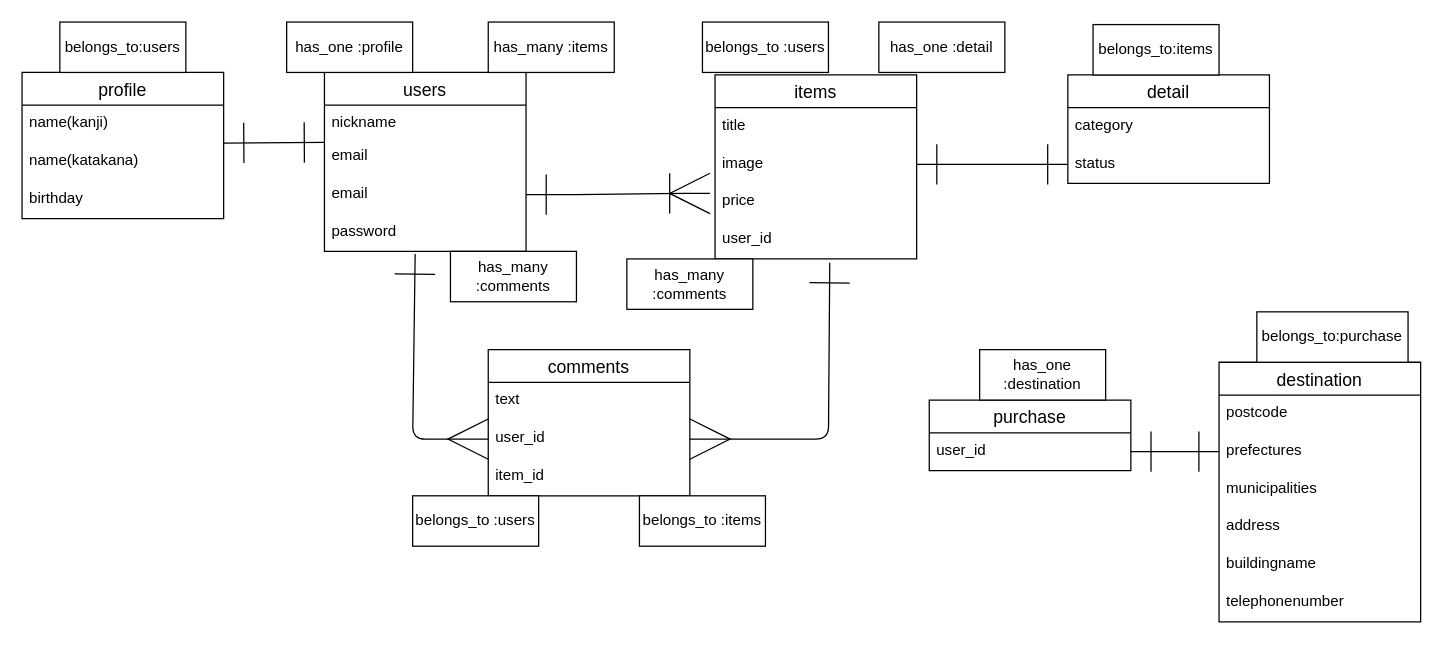
Earlier version of the draw.io diagram test.dio (codegiter1018/furima-38614). Source tidied: cells renumbered, new cells numbered last; positions are measured from the earlier drawing's top-left corner, leaving out a move shared by most shapes. Both pictures are drawn from the tidied source at 126%, with x=0, y=0 at pixel (21, 21).
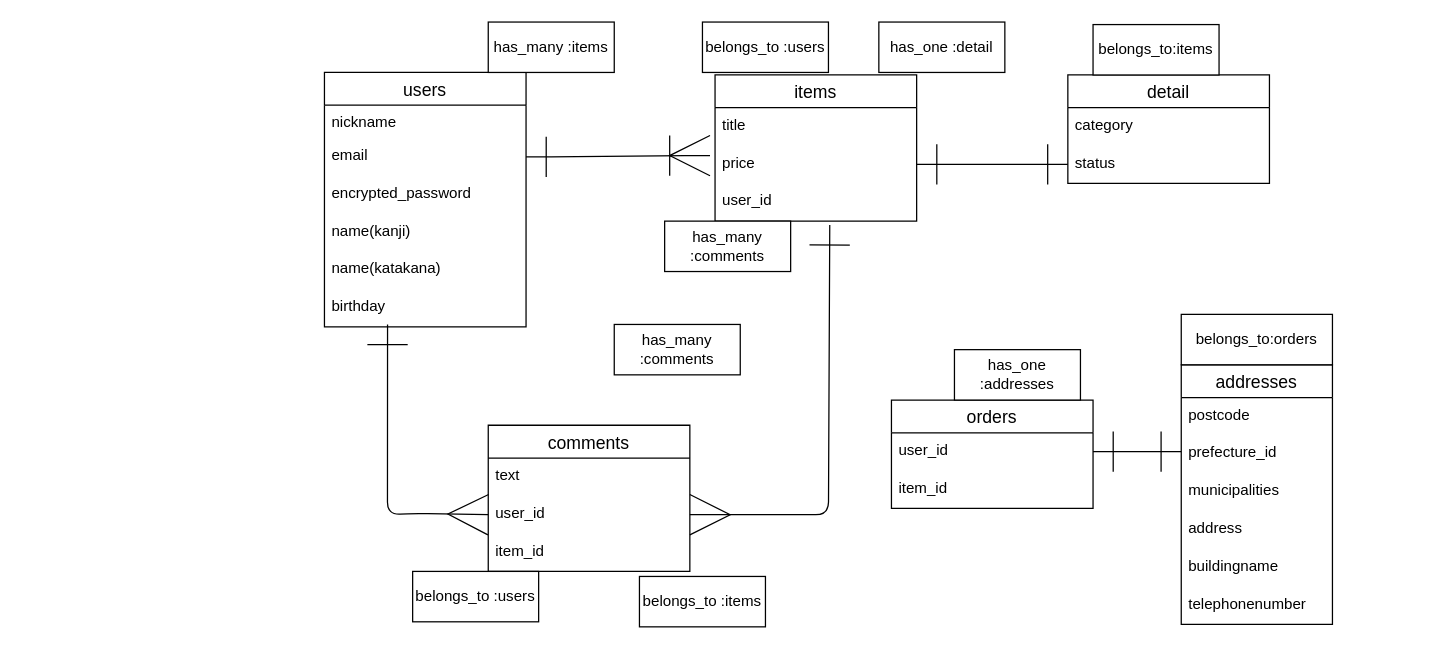
After the change.

Commit message (it also covers changes not shown here):
データベース設計修正1

The change refers to these unchanged cells:
```xml
<mxCell id="4" value="email" style="text;strokeColor=none;fillColor=none;spacingLeft=4;spacingRight=4;overflow=hidden;points=[[0,0.5],[1,0.5]];portConstraint=eastwest;fontSize=12;" parent="2" vertex="1">
  <mxGeometry y="52" width="160" height="30" as="geometry" />
</mxCell>
<mxCell id="14" value="user_id" style="text;strokeColor=none;fillColor=none;spacingLeft=4;spacingRight=4;overflow=hidden;points=[[0,0.5],[1,0.5]];portConstraint=eastwest;fontSize=12;" parent="12" vertex="1">
  <mxGeometry y="56" width="160" height="30" as="geometry" />
</mxCell>
<mxCell id="33" value="status" style="text;strokeColor=none;fillColor=none;spacingLeft=4;spacingRight=4;overflow=hidden;points=[[0,0.5],[1,0.5]];portConstraint=eastwest;fontSize=12;" parent="31" vertex="1">
  <mxGeometry y="56" width="160" height="30" as="geometry" />
</mxCell>
<mxCell id="38" value="user_id" style="text;strokeColor=none;fillColor=none;spacingLeft=4;spacingRight=4;overflow=hidden;points=[[0,0.5],[1,0.5]];portConstraint=eastwest;fontSize=12;" parent="37" vertex="1">
  <mxGeometry y="26" width="160" height="30" as="geometry" />
</mxCell>
```

The edit, as a diff of the source:
```diff
@@
     <mxCell id="2" value="users" style="swimlane;fontStyle=0;horizontal=1;startSize=26;align=center;fontSize=14;" parent="1" vertex="1">
-      <mxGeometry x="240" y="40" width="160" height="142" as="geometry" />
+      <mxGeometry x="240" y="40" width="160" height="202" as="geometry" />
     </mxCell>
@@
-    <mxCell id="5" value="email" style="text;strokeColor=none;fillColor=none;spacingLeft=4;spacingRight=4;overflow=hidden;points=[[0,0.5],[1,0.5]];portConstraint=eastwest;fontSize=12;" parent="2" vertex="1">
-      <mxGeometry y="82" width="160" height="30" as="geometry" />
-    </mxCell>
-    <mxCell id="6" value="password" style="text;strokeColor=none;fillColor=none;spacingLeft=4;spacingRight=4;overflow=hidden;points=[[0,0.5],[1,0.5]];portConstraint=eastwest;fontSize=12;" parent="2" vertex="1">
-      <mxGeometry y="112" width="160" height="30" as="geometry" />
+    <mxCell id="6" value="encrypted_password" style="text;strokeColor=none;fillColor=none;spacingLeft=4;spacingRight=4;overflow=hidden;points=[[0,0.5],[1,0.5]];portConstraint=eastwest;fontSize=12;" parent="2" vertex="1">
+      <mxGeometry y="82" width="160" height="30" as="geometry" />
     </mxCell>
+    <mxCell id="20" value="name(kanji)" style="text;strokeColor=none;fillColor=none;spacingLeft=4;spacingRight=4;overflow=hidden;fontSize=12;" parent="2" vertex="1">
+      <mxGeometry y="112" width="160" height="30" as="geometry" />
+    </mxCell>
+    <mxCell id="21" value="name(katakana)" style="text;strokeColor=none;fillColor=none;spacingLeft=4;spacingRight=4;overflow=hidden;fontSize=12;" parent="2" vertex="1">
+      <mxGeometry y="142" width="160" height="30" as="geometry" />
+    </mxCell>
+    <mxCell id="22" value="birthday" style="text;strokeColor=none;fillColor=none;spacingLeft=4;spacingRight=4;overflow=hidden;points=[[0,0.5],[1,0.5]];portConstraint=eastwest;fontSize=12;" parent="2" vertex="1">
+      <mxGeometry y="172" width="160" height="30" as="geometry" />
+    </mxCell>
     <mxCell id="7" value="items" style="swimlane;fontStyle=0;horizontal=1;startSize=26;align=center;fontSize=14;" parent="1" vertex="1">
-      <mxGeometry x="550" y="42" width="160" height="146" as="geometry" />
+      <mxGeometry x="550" y="42" width="160" height="116" as="geometry" />
     </mxCell>
@@
-    <mxCell id="9" value="image" style="text;strokeColor=none;fillColor=none;spacingLeft=4;spacingRight=4;overflow=hidden;points=[[0,0.5],[1,0.5]];portConstraint=eastwest;fontSize=12;" parent="7" vertex="1">
-      <mxGeometry y="56" width="160" height="30" as="geometry" />
-    </mxCell>
     <mxCell id="10" value="price" style="text;strokeColor=none;fillColor=none;spacingLeft=4;spacingRight=4;overflow=hidden;points=[[0,0.5],[1,0.5]];portConstraint=eastwest;fontSize=12;" parent="7" vertex="1">
-      <mxGeometry y="86" width="160" height="30" as="geometry" />
+      <mxGeometry y="56" width="160" height="30" as="geometry" />
     </mxCell>
     <mxCell id="11" value="user_id" style="text;strokeColor=none;fillColor=none;spacingLeft=4;spacingRight=4;overflow=hidden;points=[[0,0.5],[1,0.5]];portConstraint=eastwest;fontSize=12;" parent="7" vertex="1">
-      <mxGeometry y="116" width="160" height="30" as="geometry" />
+      <mxGeometry y="86" width="160" height="30" as="geometry" />
     </mxCell>
     <mxCell id="12" value="comments" style="swimlane;fontStyle=0;horizontal=1;startSize=26;align=center;fontSize=14;" parent="1" vertex="1">
-      <mxGeometry x="370" y="260" width="160" height="116" as="geometry" />
+      <mxGeometry x="370" y="320" width="160" height="116" as="geometry" />
     </mxCell>
@@
-    <mxCell id="16" style="edgeStyle=entityRelationEdgeStyle;fontSize=12;html=1;endArrow=ERoneToMany;exitX=1;exitY=0.5;exitDx=0;exitDy=0;entryX=-0.025;entryY=0.267;entryDx=0;entryDy=0;entryPerimeter=0;endSize=30;startArrow=ERone;startFill=0;startSize=30;" parent="1" edge="1" source="5" target="10">
+    <mxCell id="16" style="edgeStyle=entityRelationEdgeStyle;fontSize=12;html=1;endArrow=ERoneToMany;exitX=1;exitY=0.5;exitDx=0;exitDy=0;entryX=-0.025;entryY=0.267;entryDx=0;entryDy=0;entryPerimeter=0;endSize=30;startArrow=ERone;startFill=0;startSize=30;" parent="1" edge="1" source="4" target="10">
       <mxGeometry relative="1" as="geometry" />
     </mxCell>
     <mxCell id="17" style="edgeStyle=none;html=1;exitX=0.569;exitY=1.1;exitDx=0;exitDy=0;entryX=1;entryY=0.5;entryDx=0;entryDy=0;endArrow=ERmany;endFill=0;exitPerimeter=0;endSize=30;startArrow=ERone;startFill=0;startSize=30;" parent="1" edge="1" source="11" target="14">
       <mxGeometry relative="1" as="geometry">
         <Array as="points">
-          <mxPoint x="640" y="331" />
+          <mxPoint x="640" y="391" />
         </Array>
       </mxGeometry>
     </mxCell>
-    <mxCell id="18" style="edgeStyle=none;html=1;exitX=0.45;exitY=1.067;exitDx=0;exitDy=0;entryX=0;entryY=0.5;entryDx=0;entryDy=0;startArrow=ERone;startFill=0;endArrow=ERmany;endFill=0;startSize=30;endSize=30;exitPerimeter=0;" parent="1" edge="1" source="6" target="14">
+    <mxCell id="18" style="edgeStyle=none;html=1;entryX=0;entryY=0.5;entryDx=0;entryDy=0;startArrow=ERone;startFill=0;endArrow=ERmany;endFill=0;startSize=30;endSize=30;exitX=0.313;exitY=0.933;exitDx=0;exitDy=0;exitPerimeter=0;" parent="1" edge="1" source="22" target="14">
       <mxGeometry relative="1" as="geometry">
         <Array as="points">
-          <mxPoint x="310" y="331" />
+          <mxPoint x="290" y="391" />
+          <mxPoint x="312" y="390" />
         </Array>
       </mxGeometry>
     </mxCell>
-    <mxCell id="19" value="profile" style="swimlane;fontStyle=0;horizontal=1;startSize=26;align=center;fontSize=14;" parent="1" vertex="1">
-      <mxGeometry y="40" width="160" height="116" as="geometry" />
-    </mxCell>
-    <mxCell id="20" value="name(kanji)" style="text;strokeColor=none;fillColor=none;spacingLeft=4;spacingRight=4;overflow=hidden;fontSize=12;" parent="19" vertex="1">
-      <mxGeometry y="26" width="160" height="30" as="geometry" />
-    </mxCell>
-    <mxCell id="21" value="name(katakana)" style="text;strokeColor=none;fillColor=none;spacingLeft=4;spacingRight=4;overflow=hidden;fontSize=12;" parent="19" vertex="1">
-      <mxGeometry y="56" width="160" height="30" as="geometry" />
-    </mxCell>
-    <mxCell id="22" value="birthday" style="text;strokeColor=none;fillColor=none;spacingLeft=4;spacingRight=4;overflow=hidden;points=[[0,0.5],[1,0.5]];portConstraint=eastwest;fontSize=12;" parent="19" vertex="1">
-      <mxGeometry y="86" width="160" height="30" as="geometry" />
-    </mxCell>
-    <mxCell id="23" style="edgeStyle=none;html=1;startArrow=ERone;startFill=0;endArrow=ERone;endFill=0;startSize=30;endSize=30;" parent="1" edge="1">
-      <mxGeometry relative="1" as="geometry">
-        <mxPoint x="240" y="95.5" as="sourcePoint" />
-        <mxPoint x="160" y="96" as="targetPoint" />
-      </mxGeometry>
-    </mxCell>
-    <mxCell id="24" value="has_one :profile" style="whiteSpace=wrap;html=1;align=center;" parent="1" vertex="1">
-      <mxGeometry x="210" width="100" height="40" as="geometry" />
-    </mxCell>
-    <mxCell id="25" value="belongs_to:users" style="whiteSpace=wrap;html=1;align=center;" parent="1" vertex="1">
-      <mxGeometry x="30" width="100" height="40" as="geometry" />
-    </mxCell>
@@
     <mxCell id="28" value="belongs_to :users" style="whiteSpace=wrap;html=1;align=center;" parent="1" vertex="1">
-      <mxGeometry x="310" y="376" width="100" height="40" as="geometry" />
+      <mxGeometry x="310" y="436" width="100" height="40" as="geometry" />
     </mxCell>
     <mxCell id="29" value="has_many :comments" style="whiteSpace=wrap;html=1;align=center;" parent="1" vertex="1">
-      <mxGeometry x="480" y="188" width="100" height="40" as="geometry" />
+      <mxGeometry x="510" y="158" width="100" height="40" as="geometry" />
     </mxCell>
     <mxCell id="30" value="belongs_to :items" style="whiteSpace=wrap;html=1;align=center;" parent="1" vertex="1">
-      <mxGeometry x="490" y="376" width="100" height="40" as="geometry" />
+      <mxGeometry x="490" y="440" width="100" height="40" as="geometry" />
     </mxCell>
@@
-    <mxCell id="34" style="edgeStyle=none;html=1;exitX=1;exitY=0.5;exitDx=0;exitDy=0;entryX=0;entryY=0.5;entryDx=0;entryDy=0;startArrow=ERone;startFill=0;endArrow=ERone;endFill=0;startSize=30;endSize=30;" parent="1" edge="1" source="9" target="33">
-      <mxGeometry relative="1" as="geometry" />
+    <mxCell id="34" style="edgeStyle=none;html=1;exitX=1;exitY=0.5;exitDx=0;exitDy=0;entryX=0;entryY=0.5;entryDx=0;entryDy=0;startArrow=ERone;startFill=0;endArrow=ERone;endFill=0;startSize=30;endSize=30;" parent="1" edge="1" target="33">
+      <mxGeometry relative="1" as="geometry">
+        <mxPoint x="710" y="113" as="sourcePoint" />
+      </mxGeometry>
     </mxCell>
@@
-    <mxCell id="37" value="purchase" style="swimlane;fontStyle=0;horizontal=1;startSize=26;align=center;fontSize=14;" parent="1" vertex="1">
-      <mxGeometry x="720" y="300" width="160" height="56" as="geometry" />
+    <mxCell id="37" value="orders" style="swimlane;fontStyle=0;horizontal=1;startSize=26;align=center;fontSize=14;" parent="1" vertex="1">
+      <mxGeometry x="690" y="300" width="160" height="86" as="geometry" />
     </mxCell>
@@
+    <mxCell id="50" value="item_id" style="text;strokeColor=none;fillColor=none;spacingLeft=4;spacingRight=4;overflow=hidden;fontSize=12;" parent="37" vertex="1">
+      <mxGeometry y="56" width="160" height="30" as="geometry" />
+    </mxCell>
-    <mxCell id="39" value="destination" style="swimlane;fontStyle=0;horizontal=1;startSize=26;align=center;fontSize=14;" parent="1" vertex="1">
-      <mxGeometry x="950" y="270" width="160" height="206" as="geometry" />
+    <mxCell id="39" value="addresses" style="swimlane;fontStyle=0;horizontal=1;startSize=26;align=center;fontSize=14;" parent="1" vertex="1">
+      <mxGeometry x="920" y="272" width="120" height="206" as="geometry" />
     </mxCell>
     <mxCell id="40" value="postcode" style="text;strokeColor=none;fillColor=none;spacingLeft=4;spacingRight=4;overflow=hidden;fontSize=12;" parent="39" vertex="1">
-      <mxGeometry y="26" width="160" height="30" as="geometry" />
+      <mxGeometry y="26" width="120" height="30" as="geometry" />
     </mxCell>
-    <mxCell id="41" value="prefectures" style="text;strokeColor=none;fillColor=none;spacingLeft=4;spacingRight=4;overflow=hidden;points=[[0,0.5],[1,0.5]];portConstraint=eastwest;fontSize=12;" parent="39" vertex="1">
-      <mxGeometry y="56" width="160" height="30" as="geometry" />
+    <mxCell id="41" value="prefecture_id" style="text;strokeColor=none;fillColor=none;spacingLeft=4;spacingRight=4;overflow=hidden;points=[[0,0.5],[1,0.5]];portConstraint=eastwest;fontSize=12;" parent="39" vertex="1">
+      <mxGeometry y="56" width="120" height="30" as="geometry" />
     </mxCell>
     <mxCell id="42" value="municipalities" style="text;strokeColor=none;fillColor=none;spacingLeft=4;spacingRight=4;overflow=hidden;fontSize=12;" parent="39" vertex="1">
-      <mxGeometry y="86" width="160" height="30" as="geometry" />
+      <mxGeometry y="86" width="120" height="30" as="geometry" />
     </mxCell>
     <mxCell id="43" value="address" style="text;strokeColor=none;fillColor=none;spacingLeft=4;spacingRight=4;overflow=hidden;fontSize=12;" parent="39" vertex="1">
-      <mxGeometry y="116" width="160" height="30" as="geometry" />
+      <mxGeometry y="116" width="120" height="30" as="geometry" />
     </mxCell>
     <mxCell id="44" value="buildingname" style="text;strokeColor=none;fillColor=none;spacingLeft=4;spacingRight=4;overflow=hidden;fontSize=12;" parent="39" vertex="1">
-      <mxGeometry y="146" width="160" height="30" as="geometry" />
+      <mxGeometry y="146" width="120" height="30" as="geometry" />
     </mxCell>
     <mxCell id="45" value="telephonenumber" style="text;strokeColor=none;fillColor=none;spacingLeft=4;spacingRight=4;overflow=hidden;fontSize=12;" parent="39" vertex="1">
-      <mxGeometry y="176" width="160" height="30" as="geometry" />
+      <mxGeometry y="176" width="120" height="30" as="geometry" />
     </mxCell>
-    <mxCell id="46" style="edgeStyle=none;html=1;exitX=1;exitY=0.5;exitDx=0;exitDy=0;entryX=0;entryY=0.5;entryDx=0;entryDy=0;startArrow=ERone;startFill=0;endArrow=ERone;endFill=0;startSize=30;endSize=30;" parent="1" edge="1" target="41">
+    <mxCell id="46" style="edgeStyle=none;html=1;exitX=1;exitY=0.5;exitDx=0;exitDy=0;startArrow=ERone;startFill=0;endArrow=ERone;endFill=0;startSize=30;endSize=30;" parent="1" edge="1" source="38">
       <mxGeometry relative="1" as="geometry">
-        <mxPoint x="880" y="341" as="sourcePoint" />
+        <mxPoint x="920" y="341" as="targetPoint" />
       </mxGeometry>
     </mxCell>
-    <mxCell id="47" value="has_one :destination" style="whiteSpace=wrap;html=1;align=center;" parent="1" vertex="1">
-      <mxGeometry x="760" y="260" width="100" height="40" as="geometry" />
+    <mxCell id="47" value="has_one :addresses" style="whiteSpace=wrap;html=1;align=center;" parent="1" vertex="1">
+      <mxGeometry x="740" y="260" width="100" height="40" as="geometry" />
     </mxCell>
-    <mxCell id="48" value="belongs_to:purchase" style="whiteSpace=wrap;html=1;align=center;" parent="1" vertex="1">
-      <mxGeometry x="980" y="230" width="120" height="40" as="geometry" />
+    <mxCell id="48" value="belongs_to:orders" style="whiteSpace=wrap;html=1;align=center;" parent="1" vertex="1">
+      <mxGeometry x="920" y="232" width="120" height="40" as="geometry" />
     </mxCell>
     <mxCell id="49" value="has_many :comments" style="whiteSpace=wrap;html=1;align=center;" parent="1" vertex="1">
-      <mxGeometry x="340" y="182" width="100" height="40" as="geometry" />
+      <mxGeometry x="470" y="240" width="100" height="40" as="geometry" />
     </mxCell>
```
